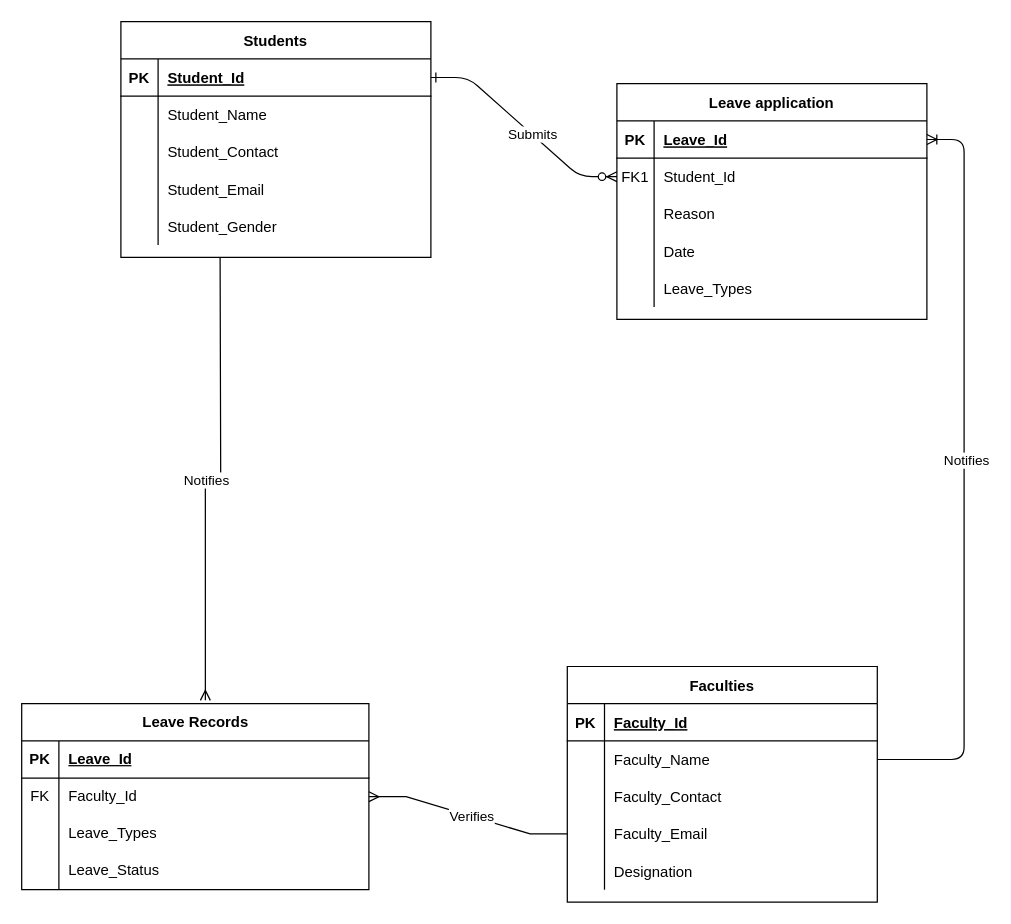
The draw.io diagram Untitled Diagram.drawio in sanThin321/backendleave, before the edit. Source tidied: cells renumbered, new cells numbered last; positions are measured from the earlier drawing's top-left corner, leaving out a move shared by most shapes. Both pictures are drawn from the tidied source at 124%, with x=0, y=0 at pixel (21, 21).
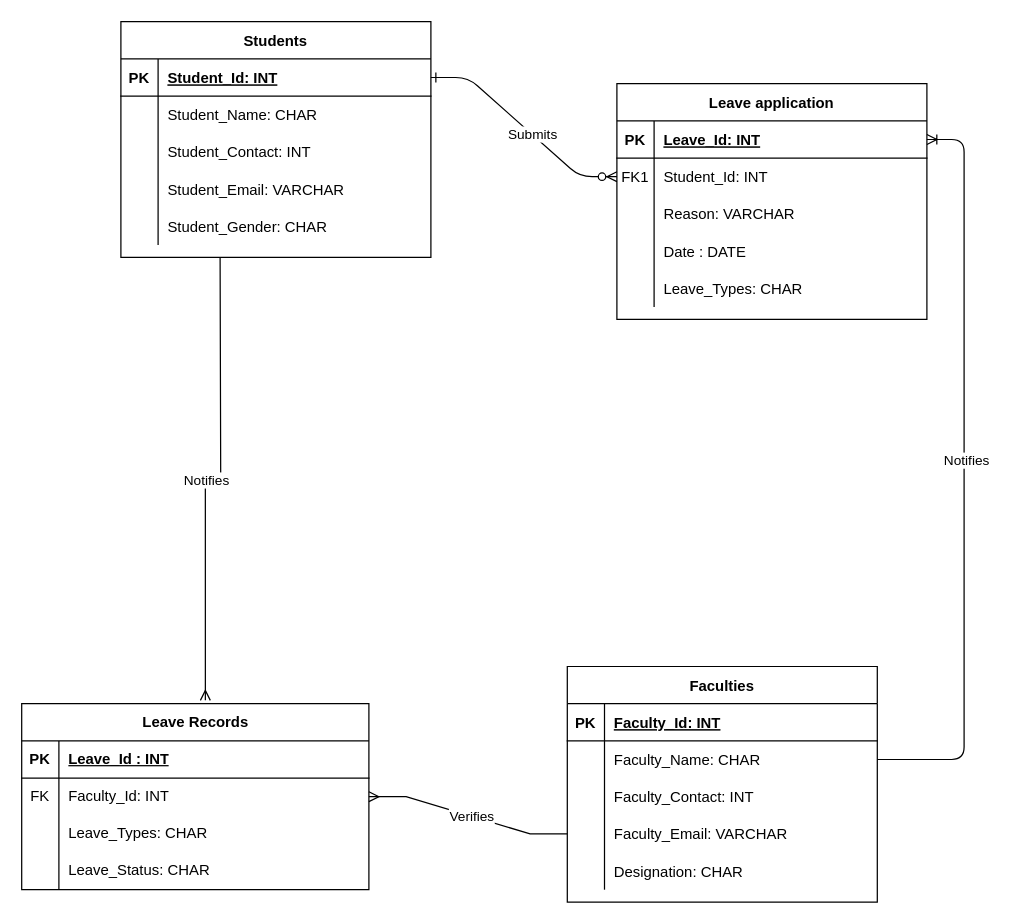
The same diagram, later.

Unchanged cells that the change refers to:
```xml
<mxCell id="7" style="shape=partialRectangle;fillColor=none;points=[[0,0.5],[1,0.5]];portConstraint=eastwest;top=0;left=0;right=0;bottom=1;" parent="6" vertex="1">
  <mxGeometry y="30" width="250" height="30" as="geometry" />
</mxCell>
<mxCell id="10" style="shape=partialRectangle;fillColor=none;points=[[0,0.5],[1,0.5]];portConstraint=eastwest;top=0;left=0;right=0;bottom=0;" parent="6" vertex="1">
  <mxGeometry y="60" width="250" height="30" as="geometry" />
</mxCell>
<mxCell id="13" style="shape=partialRectangle;fillColor=none;top=0;left=0;right=0;bottom=0;" parent="6" vertex="1">
  <mxGeometry y="90" width="250" height="30" as="geometry" />
</mxCell>
<mxCell id="16" style="shape=partialRectangle;fillColor=none;top=0;left=0;right=0;bottom=0;" parent="6" vertex="1">
  <mxGeometry y="120" width="250" height="30" as="geometry" />
</mxCell>
<mxCell id="19" style="shape=partialRectangle;fillColor=none;top=0;left=0;right=0;bottom=0;" parent="6" vertex="1">
  <mxGeometry y="150" width="250" height="30" as="geometry" />
</mxCell>
<mxCell id="23" style="shape=partialRectangle;fillColor=none;top=0;left=0;right=0;bottom=1;" parent="22" vertex="1">
  <mxGeometry y="30" width="250" height="30" as="geometry" />
</mxCell>
<mxCell id="26" style="shape=partialRectangle;fillColor=none;points=[[0,0.5],[1,0.5]];portConstraint=eastwest;top=0;left=0;right=0;bottom=0;" parent="22" vertex="1">
  <mxGeometry y="60" width="250" height="30" as="geometry" />
</mxCell>
<mxCell id="29" style="shape=partialRectangle;fillColor=none;top=0;left=0;right=0;bottom=0;" parent="22" vertex="1">
  <mxGeometry y="90" width="250" height="30" as="geometry" />
</mxCell>
<mxCell id="32" style="shape=partialRectangle;fillColor=none;points=[[0,0.5],[1,0.5]];portConstraint=eastwest;top=0;left=0;right=0;bottom=0;" parent="22" vertex="1">
  <mxGeometry y="120" width="250" height="30" as="geometry" />
</mxCell>
<mxCell id="35" style="shape=partialRectangle;fillColor=none;top=0;left=0;right=0;bottom=0;" parent="22" vertex="1">
  <mxGeometry y="150" width="250" height="30" as="geometry" />
</mxCell>
<mxCell id="39" style="shape=partialRectangle;fillColor=none;points=[[0,0.5],[1,0.5]];portConstraint=eastwest;top=0;left=0;right=0;bottom=1;" parent="38" vertex="1">
  <mxGeometry y="30" width="250" height="30" as="geometry" />
</mxCell>
<mxCell id="42" style="shape=partialRectangle;fillColor=none;top=0;left=0;right=0;bottom=0;" parent="38" vertex="1">
  <mxGeometry y="60" width="250" height="30" as="geometry" />
</mxCell>
<mxCell id="45" style="shape=partialRectangle;fillColor=none;top=0;left=0;right=0;bottom=0;" parent="38" vertex="1">
  <mxGeometry y="90" width="250" height="30" as="geometry" />
</mxCell>
<mxCell id="48" style="shape=partialRectangle;fillColor=none;top=0;left=0;right=0;bottom=0;" parent="38" vertex="1">
  <mxGeometry y="120" width="250" height="30" as="geometry" />
</mxCell>
<mxCell id="51" style="shape=partialRectangle;fillColor=none;top=0;left=0;right=0;bottom=0;" parent="38" vertex="1">
  <mxGeometry y="150" width="250" height="30" as="geometry" />
</mxCell>
<mxCell id="55" style="shape=tableRow;horizontal=0;startSize=0;swimlaneHead=0;swimlaneBody=0;fillColor=none;top=0;left=0;right=0;bottom=1;" parent="54" vertex="1">
  <mxGeometry y="30" width="280" height="30" as="geometry" />
</mxCell>
<mxCell id="58" style="shape=tableRow;horizontal=0;startSize=0;swimlaneHead=0;swimlaneBody=0;fillColor=none;points=[[0,0.5],[1,0.5]];portConstraint=eastwest;top=0;left=0;right=0;bottom=0;" parent="54" vertex="1">
  <mxGeometry y="60" width="280" height="30" as="geometry" />
</mxCell>
<mxCell id="61" style="shape=tableRow;horizontal=0;startSize=0;swimlaneHead=0;swimlaneBody=0;fillColor=none;top=0;left=0;right=0;bottom=0;" parent="54" vertex="1">
  <mxGeometry y="90" width="280" height="30" as="geometry" />
</mxCell>
<mxCell id="64" style="shape=tableRow;horizontal=0;startSize=0;swimlaneHead=0;swimlaneBody=0;fillColor=none;top=0;left=0;right=0;bottom=0;" parent="54" vertex="1">
  <mxGeometry y="120" width="280" height="30" as="geometry" />
</mxCell>
```

What changed in the source:
```diff
@@
-    <mxCell id="9" value="Leave_Id" style="shape=partialRectangle;overflow=hidden;fillColor=none;top=0;left=0;bottom=0;right=0;align=left;spacingLeft=6;fontStyle=5;" parent="7" vertex="1">
+    <mxCell id="9" value="Leave_Id: INT" style="shape=partialRectangle;overflow=hidden;fillColor=none;top=0;left=0;bottom=0;right=0;align=left;spacingLeft=6;fontStyle=5;" parent="7" vertex="1">
       <mxGeometry x="30" width="220" height="30" as="geometry" />
     </mxCell>
@@
-    <mxCell id="12" value="Student_Id" style="shape=partialRectangle;overflow=hidden;fillColor=none;top=0;left=0;bottom=0;right=0;align=left;spacingLeft=6;" parent="10" vertex="1">
+    <mxCell id="12" value="Student_Id: INT" style="shape=partialRectangle;overflow=hidden;fillColor=none;top=0;left=0;bottom=0;right=0;align=left;spacingLeft=6;" parent="10" vertex="1">
       <mxGeometry x="30" width="220" height="30" as="geometry" />
     </mxCell>
@@
-    <mxCell id="15" value="Reason" style="shape=partialRectangle;overflow=hidden;fillColor=none;top=0;left=0;bottom=0;right=0;align=left;spacingLeft=6;" parent="13" vertex="1">
+    <mxCell id="15" value="Reason: VARCHAR" style="shape=partialRectangle;overflow=hidden;fillColor=none;top=0;left=0;bottom=0;right=0;align=left;spacingLeft=6;" parent="13" vertex="1">
       <mxGeometry x="30" width="220" height="30" as="geometry" />
     </mxCell>
@@
-    <mxCell id="18" value="Date  " style="shape=partialRectangle;overflow=hidden;fillColor=none;top=0;left=0;bottom=0;right=0;align=left;spacingLeft=6;" parent="16" vertex="1">
+    <mxCell id="18" value="Date : DATE  " style="shape=partialRectangle;overflow=hidden;fillColor=none;top=0;left=0;bottom=0;right=0;align=left;spacingLeft=6;" parent="16" vertex="1">
       <mxGeometry x="30" width="220" height="30" as="geometry" />
     </mxCell>
@@
-    <mxCell id="21" value="Leave_Types" style="shape=partialRectangle;overflow=hidden;fillColor=none;top=0;left=0;bottom=0;right=0;align=left;spacingLeft=6;" parent="19" vertex="1">
+    <mxCell id="21" value="Leave_Types: CHAR" style="shape=partialRectangle;overflow=hidden;fillColor=none;top=0;left=0;bottom=0;right=0;align=left;spacingLeft=6;" parent="19" vertex="1">
       <mxGeometry x="30" width="220" height="30" as="geometry" />
     </mxCell>
@@
-    <mxCell id="25" value="Faculty_Id" style="shape=partialRectangle;overflow=hidden;fillColor=none;top=0;left=0;bottom=0;right=0;align=left;spacingLeft=6;fontStyle=5;" parent="23" vertex="1">
+    <mxCell id="25" value="Faculty_Id: INT" style="shape=partialRectangle;overflow=hidden;fillColor=none;top=0;left=0;bottom=0;right=0;align=left;spacingLeft=6;fontStyle=5;" parent="23" vertex="1">
       <mxGeometry x="30" width="220" height="30" as="geometry" />
     </mxCell>
@@
-    <mxCell id="28" value="Faculty_Name" style="shape=partialRectangle;overflow=hidden;fillColor=none;top=0;left=0;bottom=0;right=0;align=left;spacingLeft=6;" parent="26" vertex="1">
+    <mxCell id="28" value="Faculty_Name: CHAR" style="shape=partialRectangle;overflow=hidden;fillColor=none;top=0;left=0;bottom=0;right=0;align=left;spacingLeft=6;" parent="26" vertex="1">
       <mxGeometry x="30" width="220" height="30" as="geometry" />
     </mxCell>
@@
-    <mxCell id="31" value="Faculty_Contact" style="shape=partialRectangle;overflow=hidden;fillColor=none;top=0;left=0;bottom=0;right=0;align=left;spacingLeft=6;" parent="29" vertex="1">
+    <mxCell id="31" value="Faculty_Contact: INT" style="shape=partialRectangle;overflow=hidden;fillColor=none;top=0;left=0;bottom=0;right=0;align=left;spacingLeft=6;" parent="29" vertex="1">
       <mxGeometry x="30" width="220" height="30" as="geometry" />
     </mxCell>
@@
-    <mxCell id="34" value="Faculty_Email" style="shape=partialRectangle;overflow=hidden;fillColor=none;top=0;left=0;bottom=0;right=0;align=left;spacingLeft=6;" parent="32" vertex="1">
+    <mxCell id="34" value="Faculty_Email: VARCHAR" style="shape=partialRectangle;overflow=hidden;fillColor=none;top=0;left=0;bottom=0;right=0;align=left;spacingLeft=6;" parent="32" vertex="1">
       <mxGeometry x="30" width="220" height="30" as="geometry" />
     </mxCell>
@@
-    <mxCell id="37" value="Designation" style="shape=partialRectangle;overflow=hidden;fillColor=none;top=0;left=0;bottom=0;right=0;align=left;spacingLeft=6;" parent="35" vertex="1">
+    <mxCell id="37" value="Designation: CHAR" style="shape=partialRectangle;overflow=hidden;fillColor=none;top=0;left=0;bottom=0;right=0;align=left;spacingLeft=6;" parent="35" vertex="1">
       <mxGeometry x="30" width="220" height="30" as="geometry" />
     </mxCell>
@@
-    <mxCell id="41" value="Student_Id" style="shape=partialRectangle;overflow=hidden;fillColor=none;top=0;left=0;bottom=0;right=0;align=left;spacingLeft=6;fontStyle=5;" parent="39" vertex="1">
+    <mxCell id="41" value="Student_Id: INT" style="shape=partialRectangle;overflow=hidden;fillColor=none;top=0;left=0;bottom=0;right=0;align=left;spacingLeft=6;fontStyle=5;" parent="39" vertex="1">
       <mxGeometry x="30" width="220" height="30" as="geometry" />
     </mxCell>
@@
-    <mxCell id="44" value="Student_Name" style="shape=partialRectangle;overflow=hidden;fillColor=none;top=0;left=0;bottom=0;right=0;align=left;spacingLeft=6;" parent="42" vertex="1">
+    <mxCell id="44" value="Student_Name: CHAR" style="shape=partialRectangle;overflow=hidden;fillColor=none;top=0;left=0;bottom=0;right=0;align=left;spacingLeft=6;" parent="42" vertex="1">
       <mxGeometry x="30" width="220" height="30" as="geometry" />
     </mxCell>
@@
-    <mxCell id="47" value="Student_Contact" style="shape=partialRectangle;overflow=hidden;fillColor=none;top=0;left=0;bottom=0;right=0;align=left;spacingLeft=6;" parent="45" vertex="1">
+    <mxCell id="47" value="Student_Contact: INT" style="shape=partialRectangle;overflow=hidden;fillColor=none;top=0;left=0;bottom=0;right=0;align=left;spacingLeft=6;" parent="45" vertex="1">
       <mxGeometry x="30" width="220" height="30" as="geometry" />
     </mxCell>
@@
-    <mxCell id="50" value="Student_Email" style="shape=partialRectangle;overflow=hidden;fillColor=none;top=0;left=0;bottom=0;right=0;align=left;spacingLeft=6;" parent="48" vertex="1">
+    <mxCell id="50" value="Student_Email: VARCHAR" style="shape=partialRectangle;overflow=hidden;fillColor=none;top=0;left=0;bottom=0;right=0;align=left;spacingLeft=6;" parent="48" vertex="1">
       <mxGeometry x="30" width="220" height="30" as="geometry" />
     </mxCell>
@@
-    <mxCell id="53" value="Student_Gender" style="shape=partialRectangle;overflow=hidden;fillColor=none;top=0;left=0;bottom=0;right=0;align=left;spacingLeft=6;" parent="51" vertex="1">
+    <mxCell id="53" value="Student_Gender: CHAR" style="shape=partialRectangle;overflow=hidden;fillColor=none;top=0;left=0;bottom=0;right=0;align=left;spacingLeft=6;" parent="51" vertex="1">
       <mxGeometry x="30" width="220" height="30" as="geometry" />
     </mxCell>
@@
-    <mxCell id="57" value="Leave_Id" style="shape=partialRectangle;fillColor=none;top=0;left=0;bottom=0;right=0;align=left;spacingLeft=6;fontStyle=5;overflow=hidden;whiteSpace=wrap;html=1;" parent="55" vertex="1">
+    <mxCell id="57" value="Leave_Id : INT" style="shape=partialRectangle;fillColor=none;top=0;left=0;bottom=0;right=0;align=left;spacingLeft=6;fontStyle=5;overflow=hidden;whiteSpace=wrap;html=1;" parent="55" vertex="1">
       <mxGeometry x="30" width="250" height="30" as="geometry" />
     </mxCell>
@@
-    <mxCell id="60" value="Faculty_Id" style="shape=partialRectangle;fillColor=none;top=0;left=0;bottom=0;right=0;align=left;spacingLeft=6;overflow=hidden;whiteSpace=wrap;html=1;" parent="58" vertex="1">
+    <mxCell id="60" value="Faculty_Id: INT" style="shape=partialRectangle;fillColor=none;top=0;left=0;bottom=0;right=0;align=left;spacingLeft=6;overflow=hidden;whiteSpace=wrap;html=1;" parent="58" vertex="1">
       <mxGeometry x="30" width="250" height="30" as="geometry" />
     </mxCell>
@@
-    <mxCell id="63" value="Leave_Types" style="shape=partialRectangle;fillColor=none;top=0;left=0;bottom=0;right=0;align=left;spacingLeft=6;overflow=hidden;whiteSpace=wrap;html=1;" parent="61" vertex="1">
+    <mxCell id="63" value="Leave_Types: CHAR" style="shape=partialRectangle;fillColor=none;top=0;left=0;bottom=0;right=0;align=left;spacingLeft=6;overflow=hidden;whiteSpace=wrap;html=1;" parent="61" vertex="1">
       <mxGeometry x="30" width="250" height="30" as="geometry" />
     </mxCell>
@@
-    <mxCell id="66" value="Leave_Status" style="shape=partialRectangle;fillColor=none;top=0;left=0;bottom=0;right=0;align=left;spacingLeft=6;overflow=hidden;whiteSpace=wrap;html=1;" parent="64" vertex="1">
+    <mxCell id="66" value="Leave_Status: CHAR" style="shape=partialRectangle;fillColor=none;top=0;left=0;bottom=0;right=0;align=left;spacingLeft=6;overflow=hidden;whiteSpace=wrap;html=1;" parent="64" vertex="1">
       <mxGeometry x="30" width="250" height="30" as="geometry" />
     </mxCell>
```
